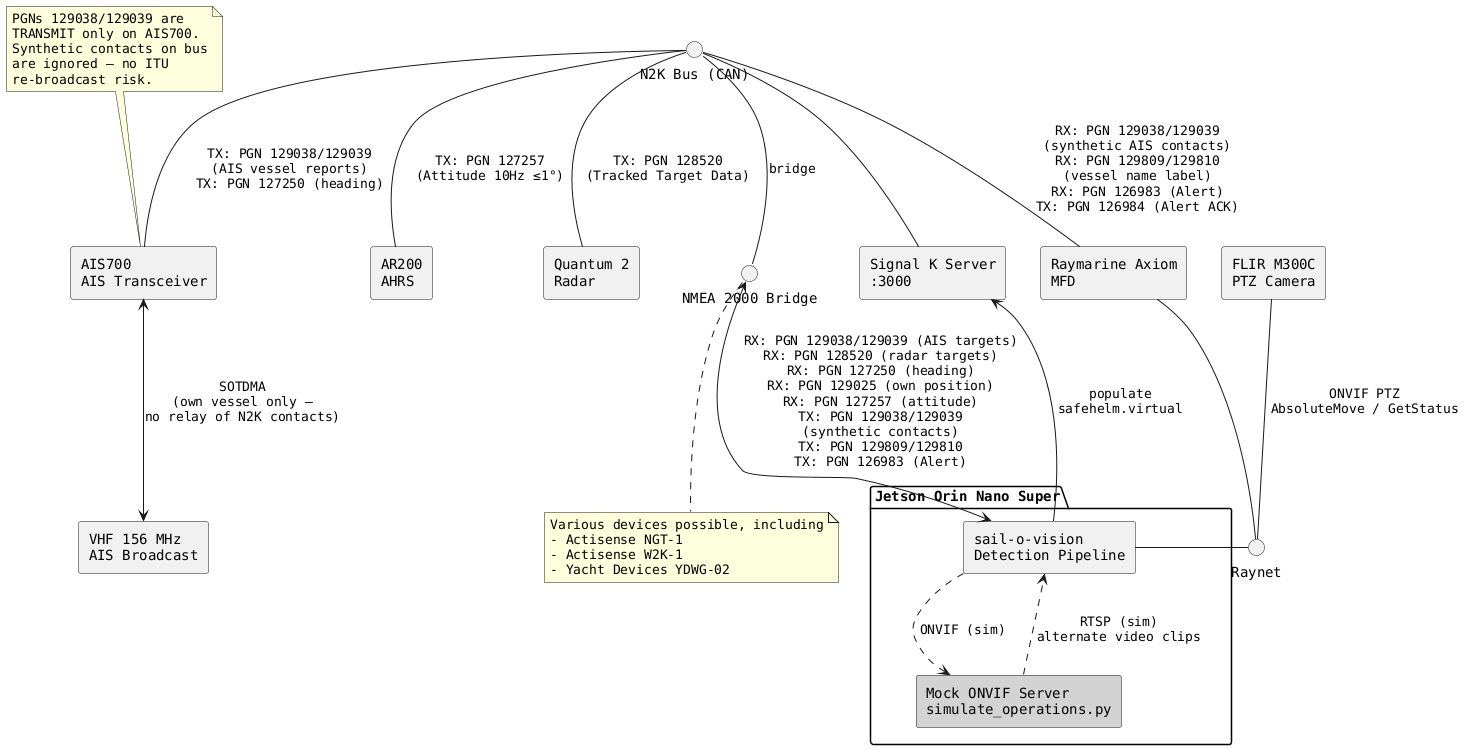
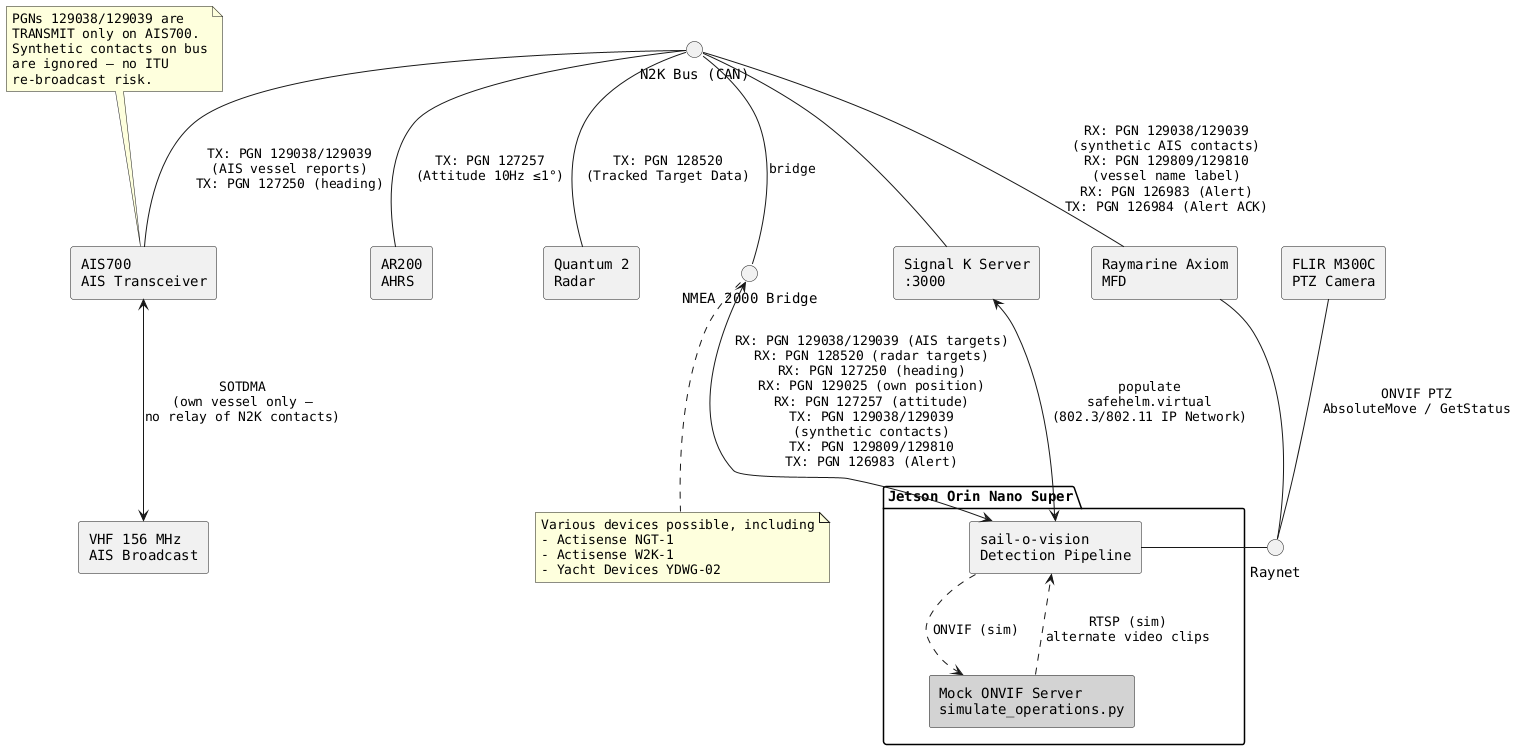
@startuml sail_o_vision_network

skinparam componentStyle rectangle
skinparam defaultFontName Monospaced

interface "N2K Bus (CAN)" as n2k
interface "NMEA 2000 Bridge" as nmea_udp
interface "Raynet" as raynet

component [AIS700\nAIS Transceiver] as ais700
component [AR200\nAHRS] as ar200
component [Quantum 2\nRadar] as radar
component [Raymarine Axiom\nMFD] as axiom

component [Signal K Server\n:3000] as signalk

package "Jetson Orin Nano Super" {
  component [sail-o-vision\nDetection Pipeline] as sov
  component [Mock ONVIF Server\nsimulate_operations.py] as mock #lightgrey
}

component [FLIR M300C\nPTZ Camera] as m300c
component [VHF 156 MHz\nAIS Broadcast] as vhf

' --- N2K Bus connections ---
ais700 -up- n2k : "TX: PGN 129038/129039\n(AIS vessel reports)\nTX: PGN 127250 (heading)"
ar200 -up- n2k : "TX: PGN 127257\n(Attitude 10Hz ≤1°)"
radar -up- n2k : "TX: PGN 128520\n(Tracked Target Data)"
axiom -up- n2k : "RX: PGN 129038/129039\n(synthetic AIS contacts)\nRX: PGN 129809/129810\n(vessel name label)\nRX: PGN 126983 (Alert)\nTX: PGN 126984 (Alert ACK)"
signalk -up- n2k
nmea_udp -up- n2k : "bridge"

' ---- Raynet bus connections ---
m300c -down- raynet : "ONVIF PTZ\nAbsoluteMove / GetStatus"
sov -right- raynet
axiom -down- raynet

' --- DataHub Pro TCP bridge ---
'dhpro <--> nmea_udp
sov <-up-> nmea_udp : "RX: PGN 129038/129039 (AIS targets)\nRX: PGN 128520 (radar targets)\nRX: PGN 127250 (heading)\nRX: PGN 129025 (own position)\nRX: PGN 127257 (attitude)\nTX: PGN 129038/129039\n(synthetic contacts)\nTX: PGN 129809/129810\nTX: PGN 126983 (Alert)"

' --- sail-o-vision → Signal K ---
- sov -up-> signalk : "populate\nsafehelm.virtual"
+ sov <-up-> signalk : "populate\nsafehelm.virtual\n(802.3/802.11 IP Network)"

' --- M300C live ---
'sov <--> m300c : "ONVIF PTZ\nAbsoluteMove / GetStatus\nRTSP (HD video)"
'm300c --> sov : "RTSP (HD video)"

' --- AIS700 VHF ---
ais700 <-down-> vhf : "SOTDMA\n(own vessel only —\nno relay of N2K contacts)"

' --- Simulator (dashed) ---
sov ..> mock : "ONVIF (sim)"
mock ..> sov : "RTSP (sim)\nalternate video clips"

note top of ais700
  PGNs 129038/129039 are
  TRANSMIT only on AIS700.
  Synthetic contacts on bus
  are ignored — no ITU
  re-broadcast risk.
end note

note bottom of nmea_udp
  Various devices possible, including
  - Actisense NGT-1
  - Actisense W2K-1
  - Yacht Devices YDWG-02
end note

@enduml